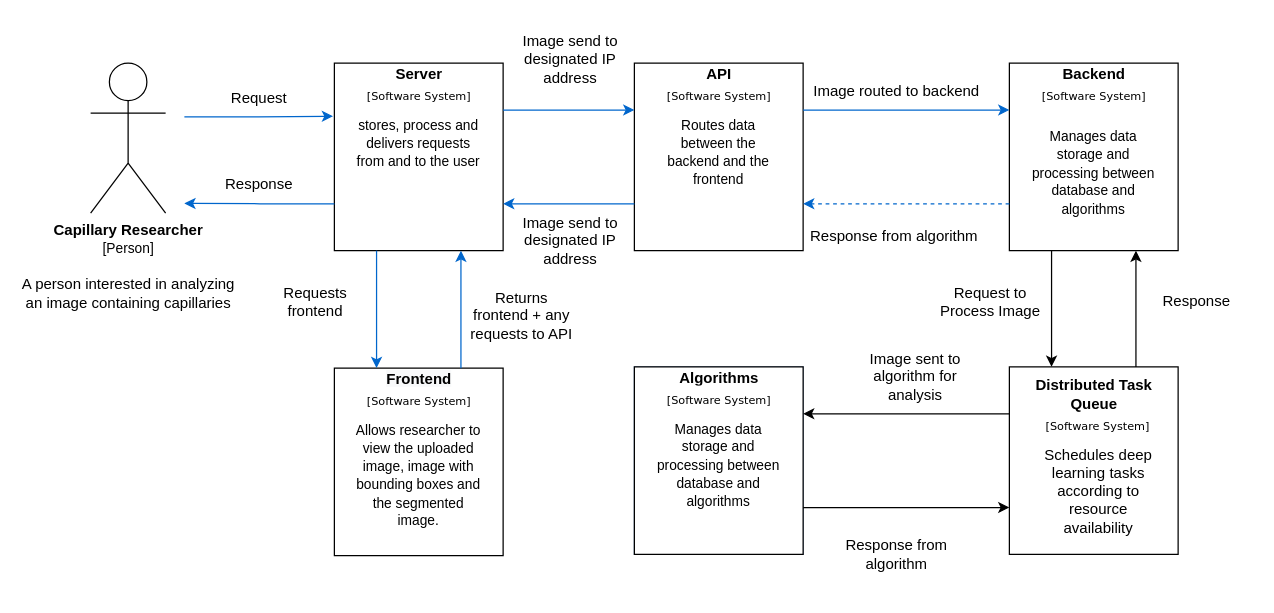
Above: page "SystemContext" (1 of 6) of diagram/paper4.drawio in magedhelmy1/capillarydetection (draw.io), before the change. Source tidied: cells renumbered, new cells numbered last; positions are measured from the earlier drawing's top-left corner, leaving out a move shared by most shapes. Both pictures are drawn from the tidied source at 125%, with x=0, y=0 at pixel (90, 21).
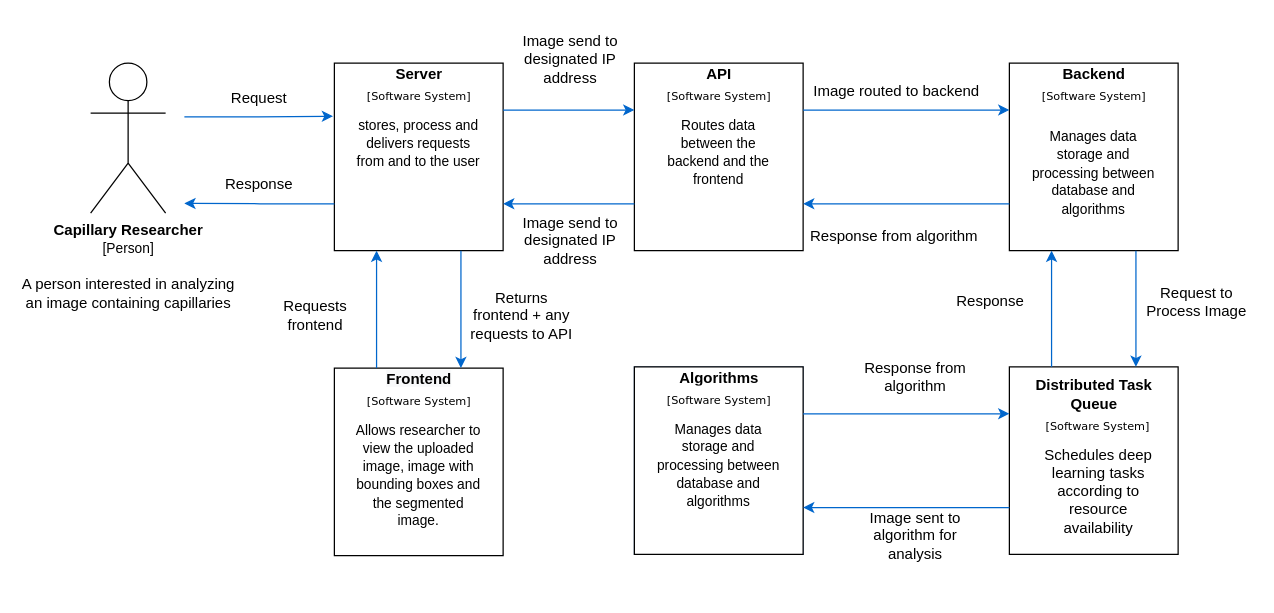
Above is the later version.

Unchanged cells that the change refers to:
```xml
<mxCell id="4" style="rounded=0;whiteSpace=wrap;html=1;" parent="3" vertex="1">
  <mxGeometry width="135" height="150" as="geometry" />
</mxCell>
<mxCell id="9" style="rounded=0;whiteSpace=wrap;html=1;" parent="8" vertex="1">
  <mxGeometry width="135" height="150" as="geometry" />
</mxCell>
<mxCell id="15" style="rounded=0;whiteSpace=wrap;html=1;" parent="14" vertex="1">
  <mxGeometry x="60" width="135" height="150" as="geometry" />
</mxCell>
<mxCell id="22" style="rounded=0;whiteSpace=wrap;html=1;" parent="21" vertex="1">
  <mxGeometry width="135" height="150" as="geometry" />
</mxCell>
<mxCell id="31" style="rounded=0;whiteSpace=wrap;html=1;" parent="30" vertex="1">
  <mxGeometry width="135" height="150" as="geometry" />
</mxCell>
<mxCell id="48" style="rounded=0;whiteSpace=wrap;html=1;" parent="47" vertex="1">
  <mxGeometry width="135" height="150" as="geometry" />
</mxCell>
```

Diff of the diagram source:
```diff
@@
-    <mxCell id="26" style="edgeStyle=orthogonalEdgeStyle;rounded=0;jettySize=auto;html=1;exitX=0;exitY=0.75;exitDx=0;exitDy=0;entryX=1;entryY=0.75;entryDx=0;entryDy=0;dashed=1;fontFamily=Verdana;fontSize=9;fontColor=#FFFFFF;startArrow=none;startFill=0;strokeColor=#0066CC;fillColor=#0066CC;" parent="1" edge="1" source="15" target="9">
+    <mxCell id="26" style="edgeStyle=orthogonalEdgeStyle;rounded=0;jettySize=auto;html=1;exitX=0;exitY=0.75;exitDx=0;exitDy=0;entryX=1;entryY=0.75;entryDx=0;entryDy=0;fontFamily=Verdana;fontSize=9;fontColor=#FFFFFF;startArrow=none;startFill=0;strokeColor=#0066CC;fillColor=#0066CC;" parent="1" edge="1" source="15" target="9">
       <mxGeometry relative="1" as="geometry" />
     </mxCell>
@@
     <mxCell id="29" value="Image sent to algorithm for analysis" style="text;html=1;strokeColor=none;fillColor=none;align=center;verticalAlign=middle;whiteSpace=wrap;rounded=0;" parent="1" vertex="1">
-      <mxGeometry x="615" y="254" width="90" height="60" as="geometry" />
+      <mxGeometry x="615" y="381" width="90" height="60" as="geometry" />
     </mxCell>
@@
-    <mxCell id="39" style="edgeStyle=none;rounded=0;jettySize=auto;html=1;exitX=0.25;exitY=1;exitDx=0;exitDy=0;entryX=0.25;entryY=0;entryDx=0;entryDy=0;fontFamily=Verdana;fontSize=9;fontColor=#FFFFFF;startArrow=none;startFill=0;strokeColor=#0066CC;fillColor=#0066CC;" parent="1" edge="1" source="31" target="4">
+    <mxCell id="39" style="edgeStyle=none;rounded=0;jettySize=auto;html=1;exitX=0.25;exitY=1;exitDx=0;exitDy=0;entryX=0.25;entryY=0;entryDx=0;entryDy=0;fontFamily=Verdana;fontSize=9;fontColor=#FFFFFF;startArrow=classic;startFill=1;strokeColor=#0066CC;fillColor=#0066CC;endArrow=none;endFill=0;" parent="1" edge="1" source="31" target="4">
       <mxGeometry relative="1" as="geometry" />
     </mxCell>
-    <mxCell id="40" style="edgeStyle=none;rounded=0;jettySize=auto;html=1;exitX=0.75;exitY=0;exitDx=0;exitDy=0;entryX=0.75;entryY=1;entryDx=0;entryDy=0;fontFamily=Verdana;fontSize=9;fontColor=#FFFFFF;startArrow=none;startFill=0;strokeColor=#0066CC;fillColor=#0066CC;" parent="1" edge="1" source="4" target="31">
+    <mxCell id="40" style="edgeStyle=none;rounded=0;jettySize=auto;html=1;exitX=0.75;exitY=0;exitDx=0;exitDy=0;entryX=0.75;entryY=1;entryDx=0;entryDy=0;fontFamily=Verdana;fontSize=9;fontColor=#FFFFFF;startArrow=classic;startFill=1;strokeColor=#0066CC;fillColor=#0066CC;endArrow=none;endFill=0;" parent="1" edge="1" source="4" target="31">
       <mxGeometry relative="1" as="geometry" />
     </mxCell>
@@
     <mxCell id="43" value="Response from algorithm" style="text;html=1;strokeColor=none;fillColor=none;align=center;verticalAlign=middle;whiteSpace=wrap;rounded=0;" parent="1" vertex="1">
-      <mxGeometry x="600" y="396" width="90" height="60" as="geometry" />
+      <mxGeometry x="615" y="254" width="90" height="60" as="geometry" />
     </mxCell>
@@
     <mxCell id="45" value="Requests frontend" style="text;html=1;strokeColor=none;fillColor=none;align=center;verticalAlign=middle;whiteSpace=wrap;rounded=0;" parent="1" vertex="1">
-      <mxGeometry x="135" y="194" width="90" height="60" as="geometry" />
+      <mxGeometry x="135" y="205" width="90" height="60" as="geometry" />
     </mxCell>
@@
-    <mxCell id="53" style="edgeStyle=orthogonalEdgeStyle;rounded=0;jettySize=auto;html=1;exitX=1;exitY=0.75;exitDx=0;exitDy=0;entryX=0;entryY=0.75;entryDx=0;entryDy=0;" parent="1" edge="1" source="22" target="48">
+    <mxCell id="53" style="edgeStyle=orthogonalEdgeStyle;rounded=0;jettySize=auto;html=1;exitX=1;exitY=0.75;exitDx=0;exitDy=0;entryX=0;entryY=0.75;entryDx=0;entryDy=0;strokeColor=#0066CC;startArrow=classic;startFill=1;endArrow=none;endFill=0;" parent="1" edge="1" source="22" target="48">
       <mxGeometry relative="1" as="geometry" />
     </mxCell>
-    <mxCell id="54" style="edgeStyle=orthogonalEdgeStyle;rounded=0;jettySize=auto;html=1;exitX=0;exitY=0.25;exitDx=0;exitDy=0;entryX=1;entryY=0.25;entryDx=0;entryDy=0;" parent="1" edge="1" source="48" target="22">
+    <mxCell id="54" style="edgeStyle=orthogonalEdgeStyle;rounded=0;jettySize=auto;html=1;exitX=0;exitY=0.25;exitDx=0;exitDy=0;entryX=1;entryY=0.25;entryDx=0;entryDy=0;startArrow=classic;startFill=1;endArrow=none;endFill=0;strokeColor=#0066CC;" parent="1" edge="1" source="48" target="22">
       <mxGeometry relative="1" as="geometry" />
     </mxCell>
-    <mxCell id="55" style="edgeStyle=orthogonalEdgeStyle;rounded=0;jettySize=auto;html=1;exitX=0.25;exitY=1;exitDx=0;exitDy=0;entryX=0.25;entryY=0;entryDx=0;entryDy=0;" parent="1" edge="1" source="15" target="48">
+    <mxCell id="55" style="edgeStyle=orthogonalEdgeStyle;rounded=0;jettySize=auto;html=1;exitX=0.25;exitY=1;exitDx=0;exitDy=0;entryX=0.25;entryY=0;entryDx=0;entryDy=0;startArrow=classic;startFill=1;endArrow=none;endFill=0;strokeColor=#0066CC;" parent="1" edge="1" source="15" target="48">
       <mxGeometry relative="1" as="geometry" />
     </mxCell>
-    <mxCell id="56" style="edgeStyle=orthogonalEdgeStyle;rounded=0;jettySize=auto;html=1;exitX=0.75;exitY=0;exitDx=0;exitDy=0;entryX=0.75;entryY=1;entryDx=0;entryDy=0;" parent="1" edge="1" source="48" target="15">
+    <mxCell id="56" style="edgeStyle=orthogonalEdgeStyle;rounded=0;jettySize=auto;html=1;exitX=0.75;exitY=0;exitDx=0;exitDy=0;entryX=0.75;entryY=1;entryDx=0;entryDy=0;startArrow=classic;startFill=1;endArrow=none;endFill=0;strokeColor=#0066CC;" parent="1" edge="1" source="48" target="15">
       <mxGeometry relative="1" as="geometry" />
     </mxCell>
     <mxCell id="57" value="Response" style="text;html=1;strokeColor=none;fillColor=none;align=center;verticalAlign=middle;whiteSpace=wrap;rounded=0;" parent="1" vertex="1">
-      <mxGeometry x="840" y="194" width="90" height="60" as="geometry" />
+      <mxGeometry x="675" y="194" width="90" height="60" as="geometry" />
     </mxCell>
     <mxCell id="58" value="Request to Process Image" style="text;html=1;strokeColor=none;fillColor=none;align=center;verticalAlign=middle;whiteSpace=wrap;rounded=0;" parent="1" vertex="1">
-      <mxGeometry x="675" y="194" width="90" height="60" as="geometry" />
+      <mxGeometry x="840" y="194" width="90" height="60" as="geometry" />
     </mxCell>
```
